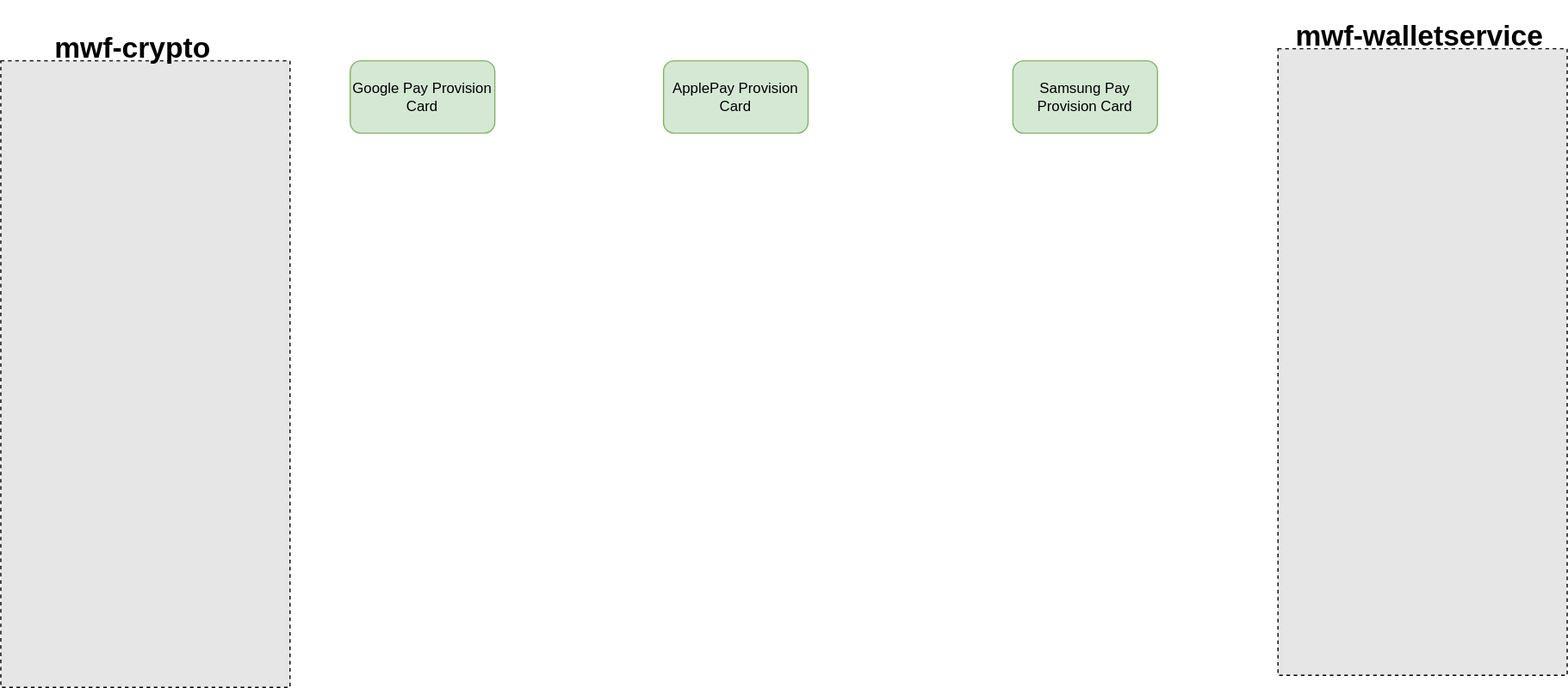
Before: Work Samples/WF/Bouncy_Castle_Dependencies_Removal.drawio.svg, a diagram exported from draw.io (uchiharizvi/design-diagrams). Source tidied: cells renumbered, new cells last; positions are measured from the earlier drawing's top-left corner, leaving out a move shared by most shapes.
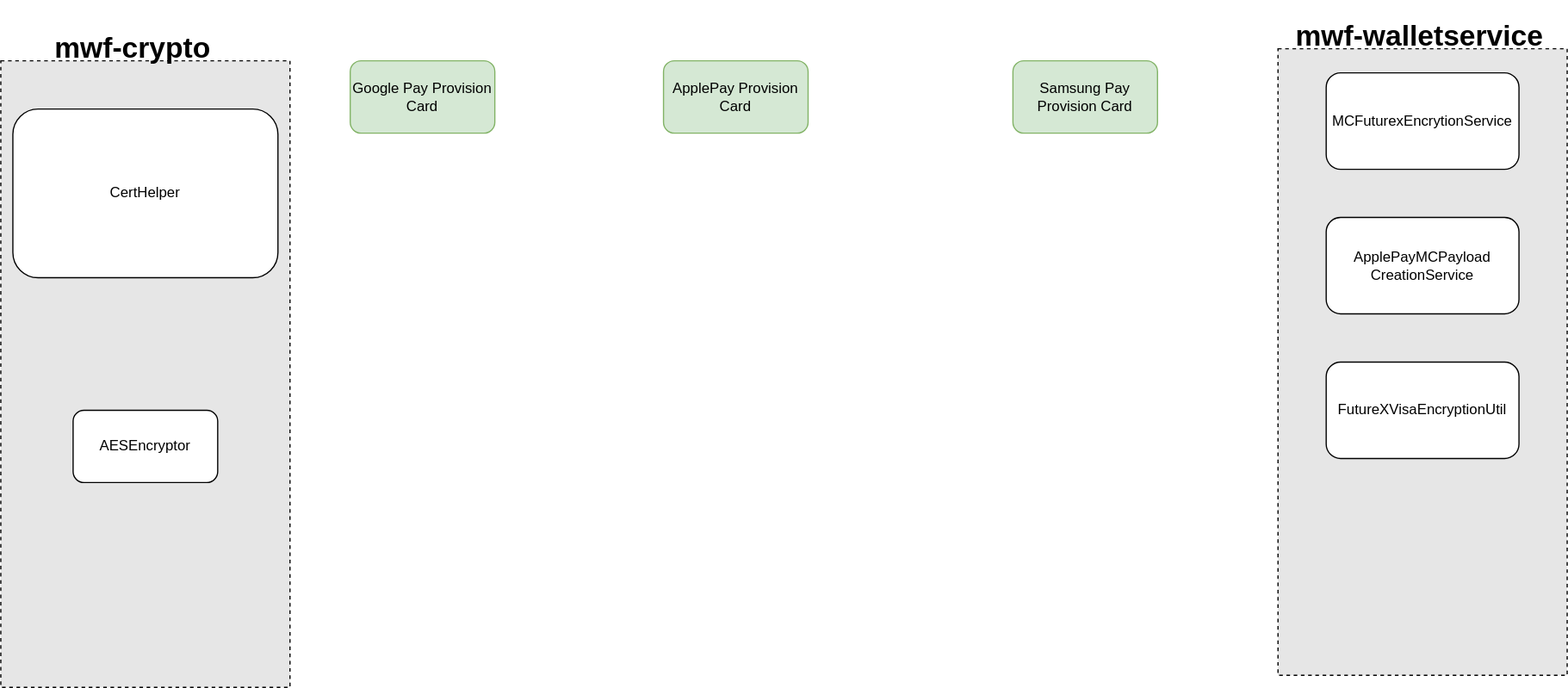
The same diagram one commit later.

The edit, as a diff of the source:
```diff
@@ -23,5 +23,20 @@
     <mxCell id="8" style="rounded=0;whiteSpace=wrap;html=1;dashed=1;fillColor=#E6E6E6;" parent="1" vertex="1">
       <mxGeometry x="1060" y="30" width="240" height="520" as="geometry" />
     </mxCell>
+    <mxCell id="9" value="AESEncryptor" style="rounded=1;whiteSpace=wrap;html=1;" parent="1" vertex="1">
+      <mxGeometry x="60" y="330" width="120" height="60" as="geometry" />
+    </mxCell>
+    <mxCell id="10" value="CertHelper" style="rounded=1;whiteSpace=wrap;html=1;" parent="1" vertex="1">
+      <mxGeometry x="10" y="80" width="220" height="140" as="geometry" />
+    </mxCell>
+    <mxCell id="11" value="MCFuturexEncrytionService" style="rounded=1;whiteSpace=wrap;html=1;" parent="1" vertex="1">
+      <mxGeometry x="1100" y="50" width="160" height="80" as="geometry" />
+    </mxCell>
+    <mxCell id="12" value="ApplePayMCPayload&lt;br&gt;CreationService" style="rounded=1;whiteSpace=wrap;html=1;" parent="1" vertex="1">
+      <mxGeometry x="1100" y="170" width="160" height="80" as="geometry" />
+    </mxCell>
+    <mxCell id="13" value="FutureXVisaEncryptionUtil" style="rounded=1;whiteSpace=wrap;html=1;" parent="1" vertex="1">
+      <mxGeometry x="1100" y="290" width="160" height="80" as="geometry" />
+    </mxCell>
   </root>
 </mxGraphModel>
```
